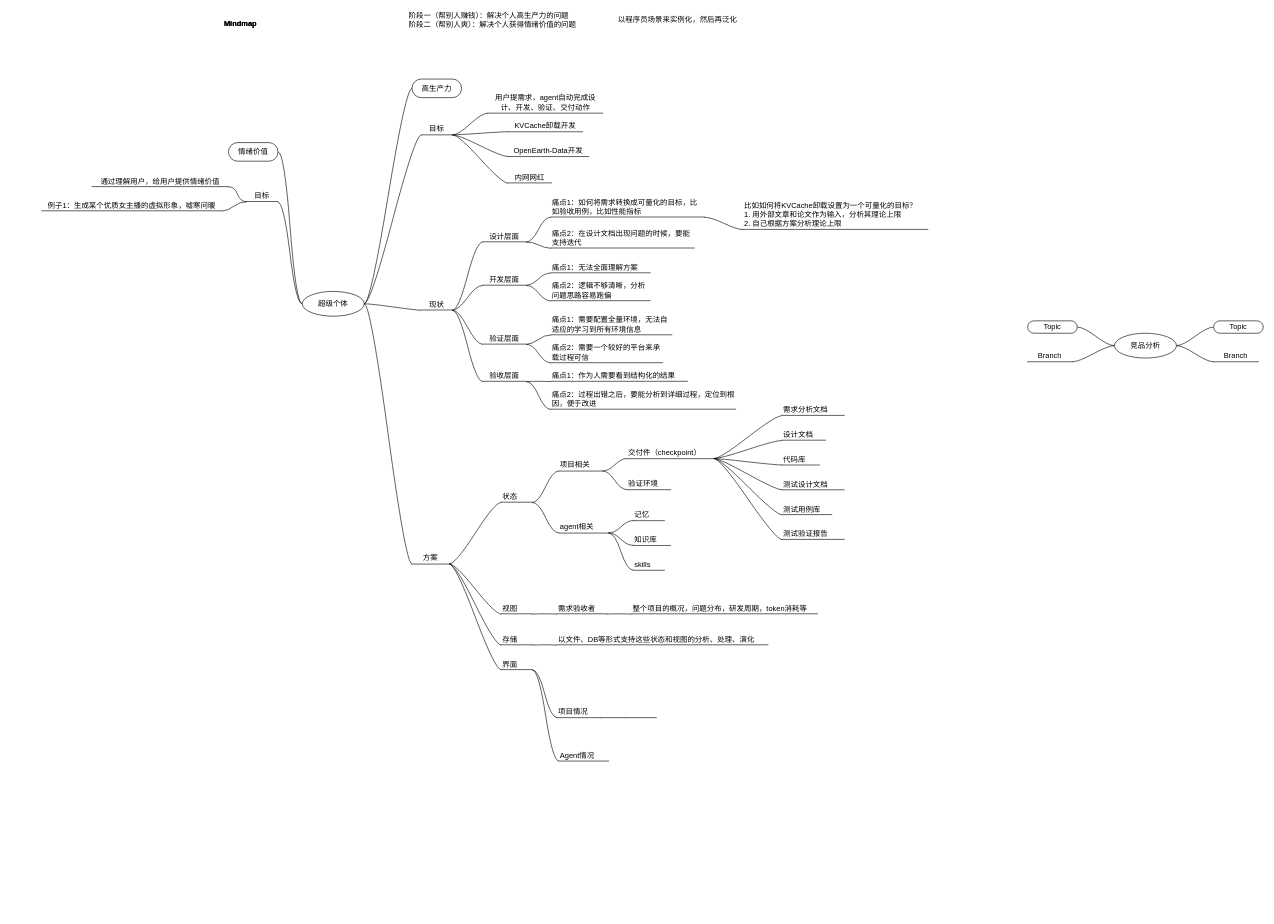
Earlier version of the draw.io diagram 超级个体.drawio (coo-2022/awsome-ai-infra). Source tidied: cells renumbered, new cells numbered last; positions are measured from the earlier drawing's top-left corner, leaving out a move shared by most shapes. Both pictures are drawn from the tidied source at 62%, with x=0, y=0 at pixel (42, 11).
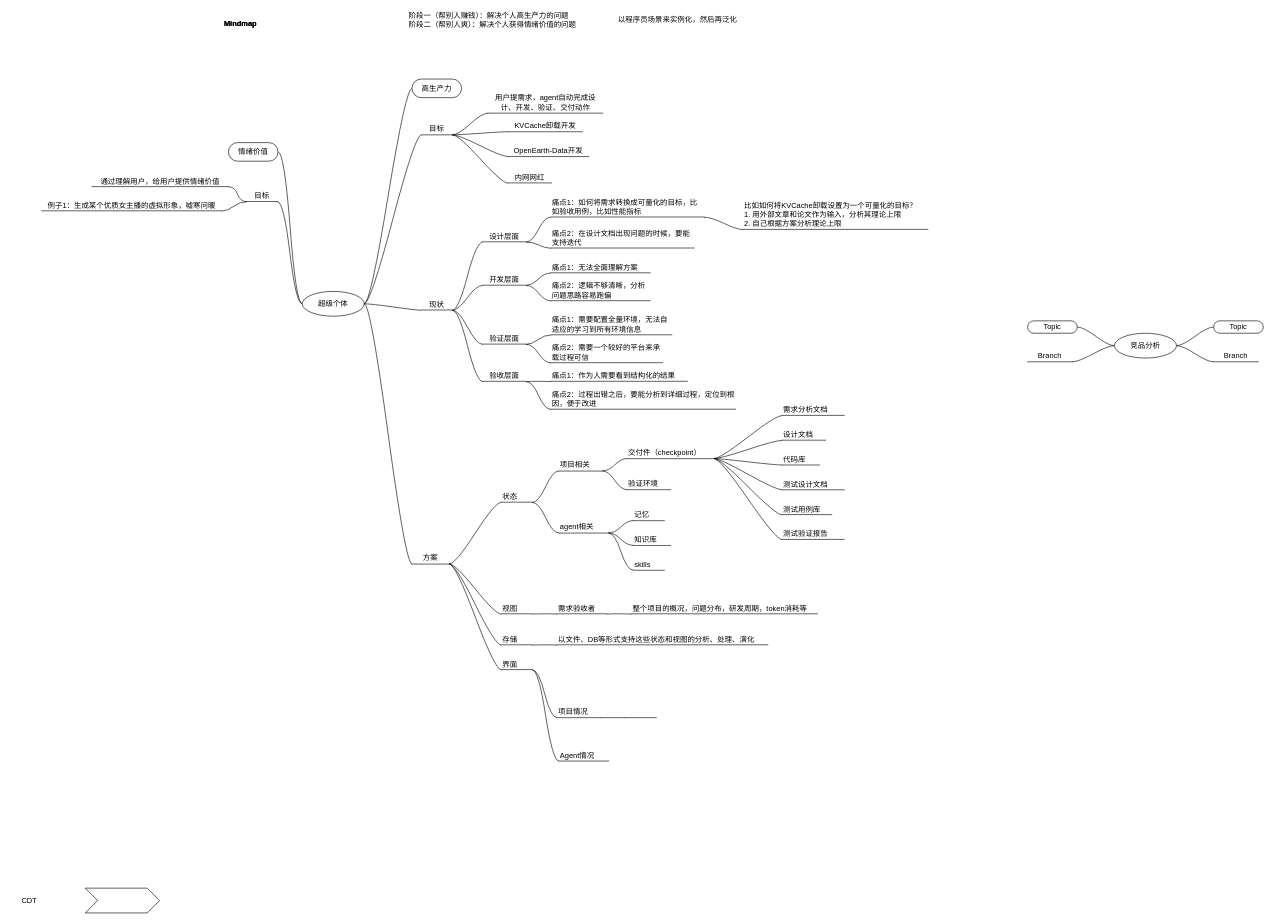
Above is the later version.

Diff of the diagram source:
```diff
@@
+    <mxCell id="112" style="shape=step;perimeter=stepPerimeter;whiteSpace=wrap;html=1;shapeInside=1;fixedSize=1;" parent="1" vertex="1">
+      <mxGeometry x="70" y="1415" width="120" height="40" as="geometry" />
+    </mxCell>
+    <mxCell id="113" value="CDT" style="text;html=1;whiteSpace=wrap;strokeColor=none;fillColor=none;align=center;verticalAlign=middle;rounded=0;" parent="1" vertex="1">
+      <mxGeometry x="-50" y="1420" width="60" height="30" as="geometry" />
+    </mxCell>
```
